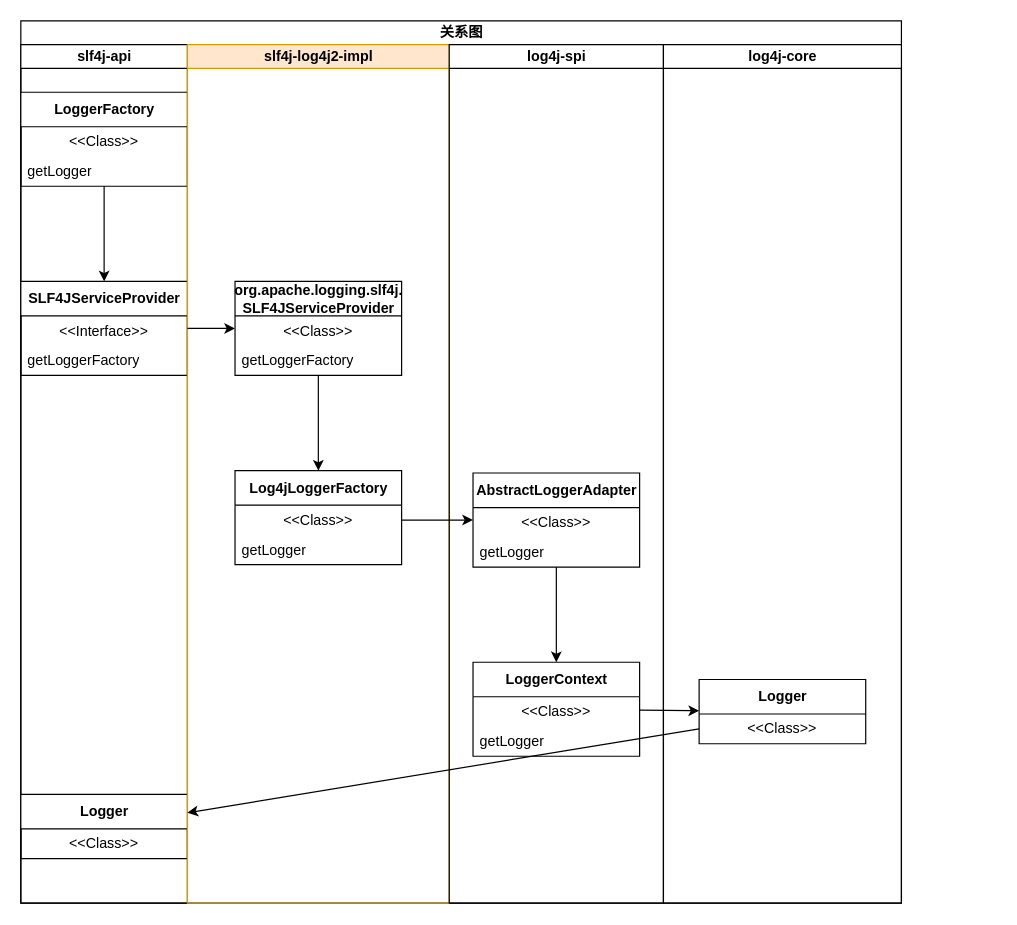
Above: images/post/java-go-13/log4j2-bridge.drawio in lihongzheshuai/lihongzheshuai.github.io (draw.io), before the change. Source tidied: cells renumbered, new cells numbered last; positions are measured from the earlier drawing's top-left corner, leaving out a move shared by most shapes. Both pictures are drawn from the tidied source at 119%, with x=0, y=0 at pixel (20, 20).
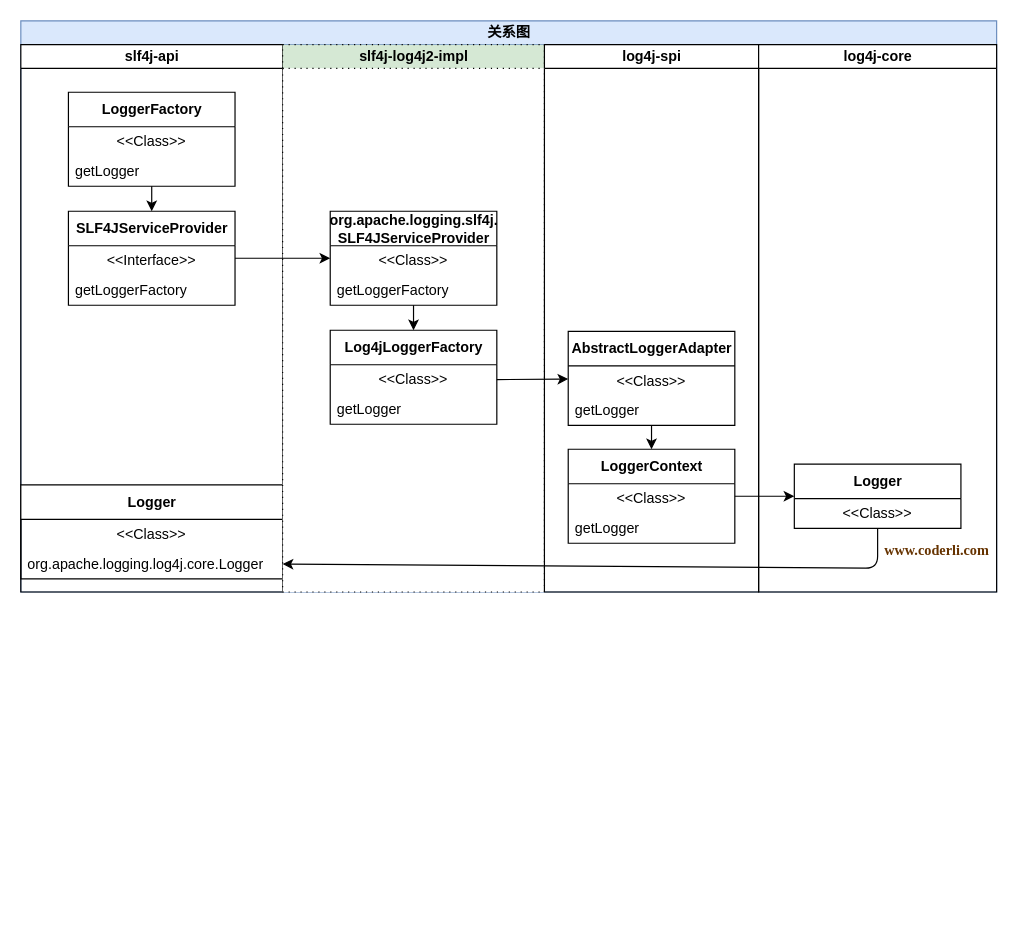
The same diagram, later.

Unchanged cells that the change refers to:
```xml
<mxCell id="19" value="&amp;lt;&amp;lt;Class&amp;gt;&amp;gt;" style="text;html=1;strokeColor=none;fillColor=none;align=center;verticalAlign=middle;spacingLeft=4;spacingRight=4;overflow=hidden;points=[[0,0.5],[1,0.5]];portConstraint=eastwest;" parent="18" vertex="1">
  <mxGeometry y="29" width="140" height="25" as="geometry" />
</mxCell>
<mxCell id="31" value="&amp;lt;&amp;lt;Class&amp;gt;&amp;gt;" style="text;html=1;strokeColor=none;fillColor=none;align=center;verticalAlign=middle;spacingLeft=4;spacingRight=4;overflow=hidden;points=[[0,0.5],[1,0.5]];portConstraint=eastwest;" parent="30" vertex="1">
  <mxGeometry y="29" width="140" height="25" as="geometry" />
</mxCell>
```

Diff of the diagram source:
```diff
@@
-    <mxCell id="2" value="关系图" style="swimlane;startSize=20;html=1;" parent="1" vertex="1">
-      <mxGeometry width="740" height="741.5" as="geometry" />
+    <mxCell id="2" value="关系图" style="swimlane;startSize=20;html=1;fillColor=#dae8fc;strokeColor=#6c8ebf;" parent="1" vertex="1">
+      <mxGeometry width="820" height="480" as="geometry" />
     </mxCell>
     <mxCell id="3" value="slf4j-api" style="swimlane;startSize=20;html=1;" parent="2" vertex="1">
-      <mxGeometry y="20" width="140" height="721.5" as="geometry" />
+      <mxGeometry y="20" width="220" height="460" as="geometry" />
     </mxCell>
@@
     <mxCell id="5" value="LoggerFactory" style="swimlane;fontStyle=1;align=center;verticalAlign=middle;horizontal=1;startSize=29;html=1;" parent="3" vertex="1">
-      <mxGeometry y="40" width="140" height="79" as="geometry" />
+      <mxGeometry x="40" y="40" width="140" height="79" as="geometry" />
     </mxCell>
@@
     <mxCell id="8" value="SLF4JServiceProvider" style="swimlane;fontStyle=1;align=center;verticalAlign=middle;horizontal=1;startSize=29;html=1;fillColor=rgb(255, 255, 255);" parent="3" vertex="1">
-      <mxGeometry y="199" width="140" height="79" as="geometry" />
+      <mxGeometry x="40" y="140" width="140" height="79" as="geometry" />
     </mxCell>
@@
     <mxCell id="11" value="Logger" style="swimlane;fontStyle=1;align=center;verticalAlign=middle;horizontal=1;startSize=29;html=1;fillColor=rgb(255, 255, 255);" parent="3" vertex="1">
-      <mxGeometry y="630" width="140" height="54" as="geometry" />
+      <mxGeometry y="370" width="220" height="79" as="geometry" />
     </mxCell>
     <mxCell id="12" value="&amp;lt;&amp;lt;Class&amp;gt;&amp;gt;" style="text;html=1;strokeColor=none;fillColor=none;align=center;verticalAlign=middle;spacingLeft=4;spacingRight=4;overflow=hidden;" parent="11" vertex="1">
-      <mxGeometry y="29" width="140" height="25" as="geometry" />
+      <mxGeometry y="29" width="220" height="25" as="geometry" />
     </mxCell>
+    <mxCell id="36" value="org.apache.logging.log4j.core.Logger" style="text;html=1;strokeColor=none;fillColor=none;align=left;verticalAlign=middle;spacingLeft=4;spacingRight=4;overflow=hidden;points=[[0,0.5],[1,0.5]];portConstraint=eastwest;" parent="11" vertex="1">
+      <mxGeometry y="54" width="220" height="25" as="geometry" />
+    </mxCell>
-    <mxCell id="13" value="slf4j-log4j2-impl" style="swimlane;startSize=20;html=1;fillColor=#ffe6cc;strokeColor=#d79b00;" parent="2" vertex="1">
-      <mxGeometry x="140" y="20" width="220" height="721.5" as="geometry" />
+    <mxCell id="13" value="slf4j-log4j2-impl" style="swimlane;startSize=20;html=1;fillColor=#d5e8d4;strokeColor=default;swimlaneFillColor=default;dashed=1;dashPattern=1 4;glass=0;shadow=0;rounded=0;labelBackgroundColor=none;fillStyle=auto;gradientColor=none;" parent="2" vertex="1">
+      <mxGeometry x="220" y="20" width="220" height="460" as="geometry" />
     </mxCell>
@@
     <mxCell id="15" value="org.apache.logging.slf4j.&lt;br&gt;SLF4JServiceProvider" style="swimlane;fontStyle=1;align=center;verticalAlign=middle;horizontal=1;startSize=29;html=1;fillColor=rgb(255, 255, 255);" parent="13" vertex="1">
-      <mxGeometry x="40" y="199" width="140" height="79" as="geometry" />
+      <mxGeometry x="40" y="140" width="140" height="79" as="geometry" />
     </mxCell>
@@
     <mxCell id="18" value="Log4jLoggerFactory" style="swimlane;fontStyle=1;align=center;verticalAlign=middle;horizontal=1;startSize=29;html=1;fillColor=rgb(255, 255, 255);" parent="13" vertex="1">
-      <mxGeometry x="40" y="358" width="140" height="79" as="geometry" />
+      <mxGeometry x="40" y="240" width="140" height="79" as="geometry" />
     </mxCell>
@@
+    <mxCell id="32" style="edgeStyle=none;html=1;" parent="2" edge="1" source="8" target="15">
+      <mxGeometry relative="1" as="geometry" />
+    </mxCell>
+    <mxCell id="33" style="edgeStyle=none;html=1;exitX=1;exitY=0.5;exitDx=0;exitDy=0;" parent="2" edge="1" source="19" target="23">
+      <mxGeometry relative="1" as="geometry" />
+    </mxCell>
+    <mxCell id="34" style="edgeStyle=none;html=1;" parent="2" edge="1" source="26" target="30">
+      <mxGeometry relative="1" as="geometry" />
+    </mxCell>
+    <mxCell id="35" style="edgeStyle=none;html=1;entryX=1;entryY=0.5;entryDx=0;entryDy=0;" parent="2" edge="1" source="31" target="36">
+      <mxGeometry relative="1" as="geometry">
+        <Array as="points">
+          <mxPoint x="720" y="460" />
+        </Array>
+      </mxGeometry>
+    </mxCell>
     <mxCell id="21" value="log4j-spi" style="swimlane;startSize=20;html=1;" parent="2" vertex="1">
-      <mxGeometry x="360" y="20" width="180" height="721.5" as="geometry" />
+      <mxGeometry x="440" y="20" width="180" height="460" as="geometry" />
     </mxCell>
@@
     <mxCell id="23" value="AbstractLoggerAdapter" style="swimlane;fontStyle=1;align=center;verticalAlign=middle;horizontal=1;startSize=29;html=1;fillColor=rgb(255, 255, 255);" parent="21" vertex="1">
-      <mxGeometry x="20" y="360" width="140" height="79" as="geometry" />
+      <mxGeometry x="20" y="241" width="140" height="79" as="geometry" />
     </mxCell>
@@
     <mxCell id="26" value="LoggerContext" style="swimlane;fontStyle=1;align=center;verticalAlign=middle;horizontal=1;startSize=29;html=1;fillColor=rgb(255, 255, 255);" parent="21" vertex="1">
-      <mxGeometry x="20" y="519" width="140" height="79" as="geometry" />
+      <mxGeometry x="20" y="340" width="140" height="79" as="geometry" />
     </mxCell>
@@
     <mxCell id="29" value="log4j-core" style="swimlane;startSize=20;html=1;" parent="2" vertex="1">
-      <mxGeometry x="540" y="20" width="200" height="721.5" as="geometry" />
+      <mxGeometry x="620" y="20" width="200" height="460" as="geometry" />
     </mxCell>
     <mxCell id="30" value="Logger" style="swimlane;fontStyle=1;align=center;verticalAlign=middle;horizontal=1;startSize=29;html=1;fillColor=rgb(255, 255, 255);" parent="29" vertex="1">
-      <mxGeometry x="30" y="533.5" width="140" height="54" as="geometry" />
+      <mxGeometry x="30" y="352.5" width="140" height="54" as="geometry" />
     </mxCell>
@@
-    <mxCell id="32" style="edgeStyle=none;html=1;" parent="2" edge="1" source="8" target="15">
-      <mxGeometry relative="1" as="geometry" />
-    </mxCell>
-    <mxCell id="33" style="edgeStyle=none;html=1;exitX=1;exitY=0.5;exitDx=0;exitDy=0;" parent="2" edge="1" source="19" target="23">
-      <mxGeometry relative="1" as="geometry" />
-    </mxCell>
-    <mxCell id="34" style="edgeStyle=none;html=1;" parent="2" edge="1" source="26" target="30">
-      <mxGeometry relative="1" as="geometry" />
-    </mxCell>
-    <mxCell id="35" style="edgeStyle=none;html=1;exitX=0;exitY=0.5;exitDx=0;exitDy=0;" parent="2" edge="1" source="31" target="11">
-      <mxGeometry relative="1" as="geometry" />
-    </mxCell>
+    <mxCell id="37" value="&lt;font color=&quot;#663300&quot; face=&quot;Times New Roman&quot;&gt;&lt;b&gt;www.coderli.com&lt;/b&gt;&lt;/font&gt;" style="text;strokeColor=none;align=center;fillColor=none;html=1;verticalAlign=middle;whiteSpace=wrap;rounded=0;" parent="29" vertex="1">
+      <mxGeometry x="120" y="410" width="60" height="30" as="geometry" />
+    </mxCell>
```
